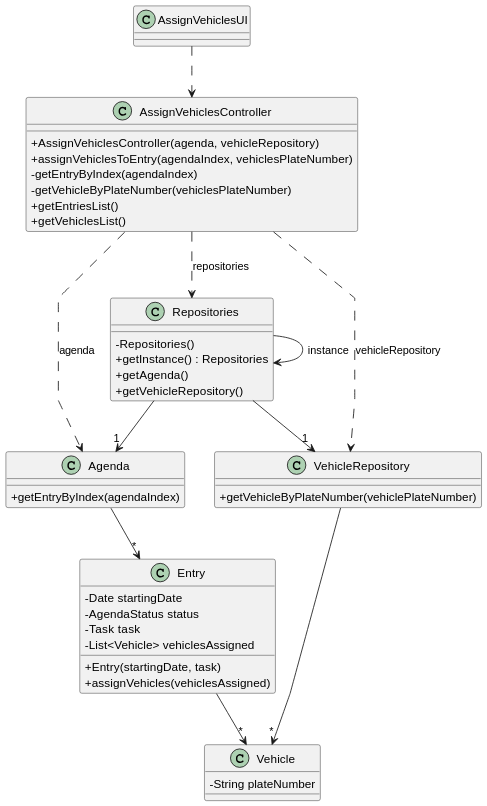
Earlier version of the PlantUML export docs/sprintA&B&C/us026/03.design/svg/us026-class-diagram.svg (daniel41silva05/ISEP_2023_2024_LAPR2).
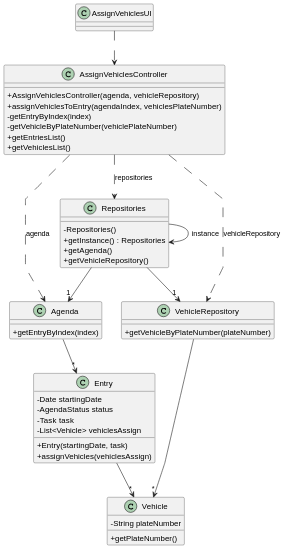
The same file after the commit.

Commit message:
Update US26 - Requirements engineering + Domain Model + Class Diagram #12

Diff of the diagram source:
```diff
@@ -12,31 +12,32 @@
 class AssignVehiclesController {
     +AssignVehiclesController(agenda, vehicleRepository)
     +assignVehiclesToEntry(agendaIndex, vehiclesPlateNumber)
-    -getEntryByIndex(agendaIndex)
-    -getVehicleByPlateNumber(vehiclesPlateNumber)
+    -getEntryByIndex(index)
+    -getVehicleByPlateNumber(vehiclePlateNumber)
     +getEntriesList()
     +getVehiclesList()
 }
 
 class Agenda {
-    +getEntryByIndex(agendaIndex)
+    +getEntryByIndex(index)
 }
 
 class Entry {
     -Date startingDate
     -AgendaStatus status
     -Task task
-    -List<Vehicle> vehiclesAssigned
+    -List<Vehicle> vehiclesAssign
     +Entry(startingDate, task)
-    +assignVehicles(vehiclesAssigned)
+    +assignVehicles(vehiclesAssign)
 }
 
 class VehicleRepository {
-    +getVehicleByPlateNumber(vehiclePlateNumber)
+    +getVehicleByPlateNumber(plateNumber)
 }
 
 class Vehicle {
     -String plateNumber
+    +getPlateNumber()
 }
 
 class Repositories {
```
